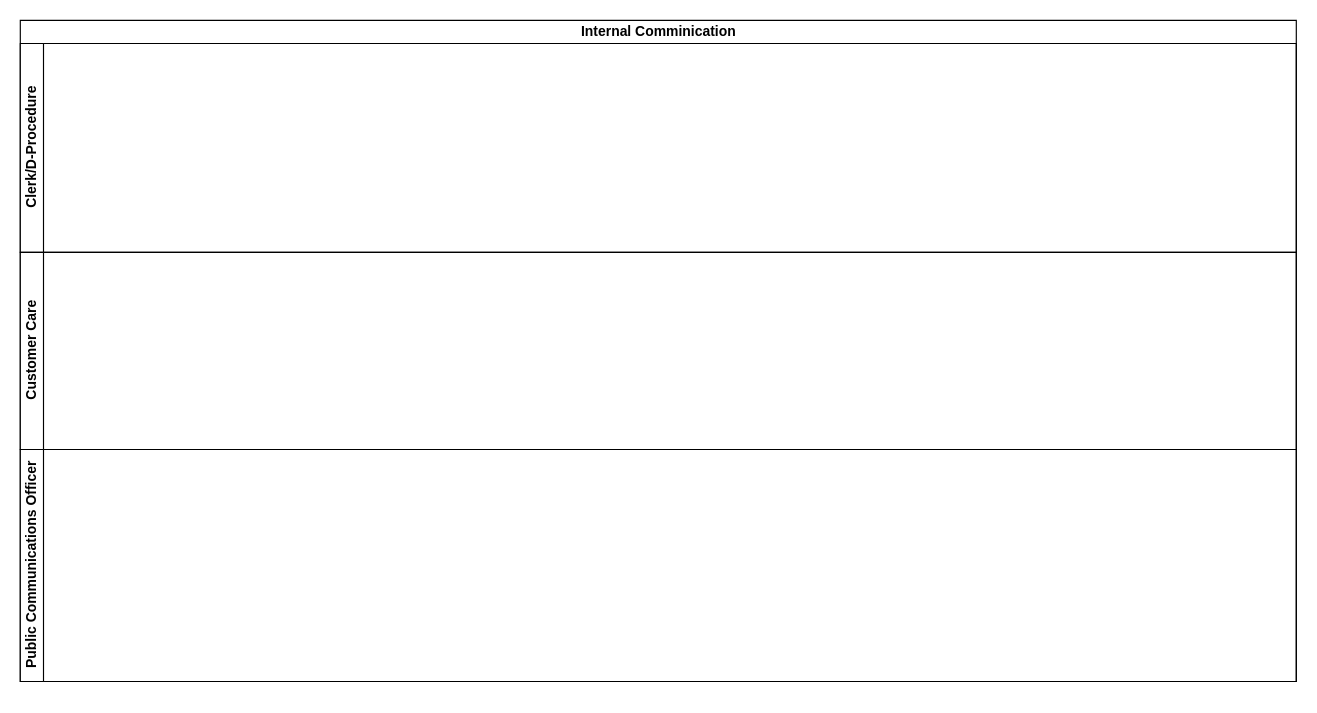
kmagua/flowcharts keeps this draw.io diagram as Internal Communication.drawio. Above is the earlier version. Source tidied: cells renumbered, new cells numbered last; positions are measured from the earlier drawing's top-left corner, leaving out a move shared by most shapes. Both pictures are drawn from the tidied source at 116%, with x=0, y=0 at pixel (20, 20).
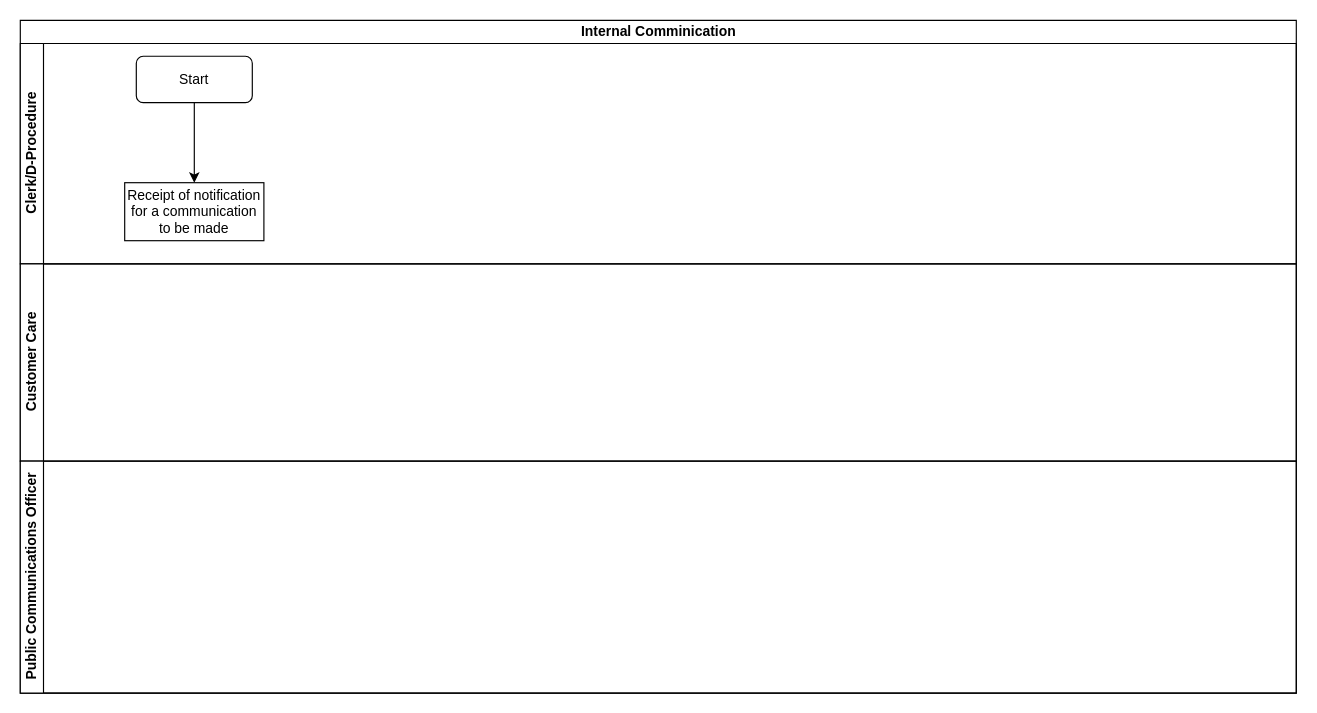
Above is the later version.

Change to the diagram source:
```diff
@@
 <mxGraphModel>
   <root>
     <mxCell id="0" />
     <mxCell id="1" parent="0" />
     <mxCell id="2" value="Internal Comminication" style="swimlane;html=1;horizontal=1;startSize=20;" parent="1" vertex="1">
-      <mxGeometry width="1100" height="570" as="geometry" />
+      <mxGeometry width="1100" height="580" as="geometry" />
     </mxCell>
     <mxCell id="3" value="Clerk/D-Procedure" style="swimlane;html=1;startSize=20;horizontal=0;" parent="2" vertex="1">
-      <mxGeometry y="20" width="1100" height="180" as="geometry" />
+      <mxGeometry y="20" width="1100" height="190" as="geometry" />
     </mxCell>
+    <mxCell id="6" value="Start" style="rounded=1;whiteSpace=wrap;html=1;" parent="3" vertex="1">
+      <mxGeometry x="100" y="11" width="100" height="40" as="geometry" />
+    </mxCell>
+    <mxCell id="7" value="Receipt of notification for a communication to be made" style="rounded=0;whiteSpace=wrap;html=1;" parent="3" vertex="1">
+      <mxGeometry x="90" y="120" width="120" height="50" as="geometry" />
+    </mxCell>
+    <mxCell id="8" style="edgeStyle=orthogonalEdgeStyle;rounded=0;jettySize=auto;html=1;entryX=0.5;entryY=0;entryDx=0;entryDy=0;" parent="3" edge="1" source="6" target="7">
+      <mxGeometry relative="1" as="geometry" />
+    </mxCell>
     <mxCell id="4" value="Customer Care" style="swimlane;html=1;startSize=20;horizontal=0;" parent="2" vertex="1">
-      <mxGeometry y="200" width="1100" height="170" as="geometry" />
+      <mxGeometry y="210" width="1100" height="170" as="geometry" />
     </mxCell>
     <mxCell id="5" value="Public Communications Officer" style="swimlane;html=1;startSize=20;horizontal=0;" parent="2" vertex="1">
-      <mxGeometry y="370" width="1100" height="200" as="geometry" />
+      <mxGeometry y="380" width="1100" height="200" as="geometry" />
     </mxCell>
   </root>
 </mxGraphModel>
```
